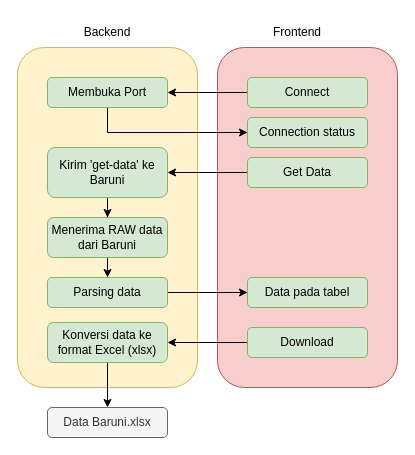
The draw.io diagram .flow/software.drawio in frostdev03/SerialTo, before the edit. Source tidied: cells renumbered, new cells numbered last; positions are measured from the earlier drawing's top-left corner, leaving out a move shared by most shapes. Both pictures are drawn from the tidied source at 100%, with x=0, y=0 at pixel (17, 17).
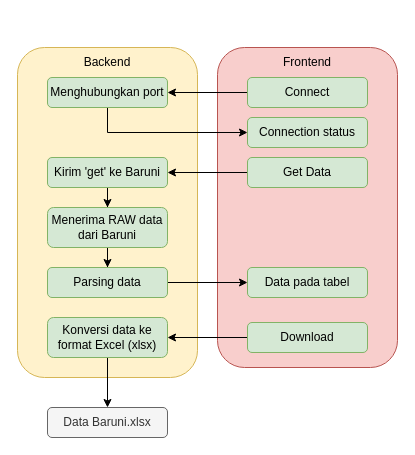
The same diagram, later.

The edit, as a diff of the source:
```diff
@@
     <mxCell id="2" style="rounded=1;whiteSpace=wrap;html=1;fillColor=#f8cecc;strokeColor=#b85450;" parent="1" vertex="1">
-      <mxGeometry x="200" y="30" width="180" height="340" as="geometry" />
+      <mxGeometry x="200" y="30" width="180" height="320" as="geometry" />
     </mxCell>
     <mxCell id="3" style="rounded=1;whiteSpace=wrap;html=1;fillColor=#fff2cc;strokeColor=#d6b656;" parent="1" vertex="1">
-      <mxGeometry y="30" width="180" height="340" as="geometry" />
+      <mxGeometry y="30" width="180" height="330" as="geometry" />
     </mxCell>
@@
-    <mxCell id="7" value="Membuka Port" style="rounded=1;whiteSpace=wrap;html=1;fillColor=#d5e8d4;strokeColor=#82b366;" parent="1" vertex="1">
+    <mxCell id="7" value="Menghubungkan port" style="rounded=1;whiteSpace=wrap;html=1;fillColor=#d5e8d4;strokeColor=#82b366;" parent="1" vertex="1">
       <mxGeometry x="30" y="60" width="120" height="30" as="geometry" />
     </mxCell>
@@
-    <mxCell id="11" value="&lt;div&gt;Kirim 'get-data' ke Baruni&lt;/div&gt;" style="rounded=1;whiteSpace=wrap;html=1;fillColor=#d5e8d4;strokeColor=#82b366;" parent="1" vertex="1">
-      <mxGeometry x="30" y="130" width="120" height="50" as="geometry" />
+    <mxCell id="11" value="&lt;div&gt;Kirim 'get' ke Baruni&lt;/div&gt;" style="rounded=1;whiteSpace=wrap;html=1;fillColor=#d5e8d4;strokeColor=#82b366;" parent="1" vertex="1">
+      <mxGeometry x="30" y="140" width="120" height="30" as="geometry" />
     </mxCell>
@@
     <mxCell id="14" value="Menerima RAW data dari Baruni" style="rounded=1;whiteSpace=wrap;html=1;fillColor=#d5e8d4;strokeColor=#82b366;" parent="1" vertex="1">
-      <mxGeometry x="30" y="200" width="120" height="40" as="geometry" />
+      <mxGeometry x="30" y="190" width="120" height="40" as="geometry" />
     </mxCell>
@@
     <mxCell id="16" value="Parsing data" style="rounded=1;whiteSpace=wrap;html=1;fillColor=#d5e8d4;strokeColor=#82b366;" parent="1" vertex="1">
-      <mxGeometry x="30" y="260" width="120" height="30" as="geometry" />
+      <mxGeometry x="30" y="250" width="120" height="30" as="geometry" />
     </mxCell>
     <mxCell id="17" value="Data pada tabel" style="rounded=1;whiteSpace=wrap;html=1;fillColor=#d5e8d4;strokeColor=#82b366;" parent="1" vertex="1">
-      <mxGeometry x="230" y="260" width="120" height="30" as="geometry" />
+      <mxGeometry x="230" y="250" width="120" height="30" as="geometry" />
     </mxCell>
@@
     <mxCell id="19" value="Download" style="rounded=1;whiteSpace=wrap;html=1;fillColor=#d5e8d4;strokeColor=#82b366;" parent="1" vertex="1">
-      <mxGeometry x="230" y="310" width="120" height="30" as="geometry" />
+      <mxGeometry x="230" y="305" width="120" height="30" as="geometry" />
     </mxCell>
@@
     <mxCell id="21" value="Konversi data ke format Excel (xlsx)" style="rounded=1;whiteSpace=wrap;html=1;fillColor=#d5e8d4;strokeColor=#82b366;" parent="1" vertex="1">
-      <mxGeometry x="30" y="305" width="120" height="40" as="geometry" />
+      <mxGeometry x="30" y="300" width="120" height="40" as="geometry" />
     </mxCell>
     <mxCell id="22" value="Backend" style="text;html=1;align=center;verticalAlign=middle;whiteSpace=wrap;rounded=0;" parent="1" vertex="1">
-      <mxGeometry x="60" width="60" height="30" as="geometry" />
+      <mxGeometry x="60" y="30" width="60" height="30" as="geometry" />
     </mxCell>
     <mxCell id="23" value="Frontend" style="text;html=1;align=center;verticalAlign=middle;whiteSpace=wrap;rounded=0;" parent="1" vertex="1">
-      <mxGeometry x="250" width="60" height="30" as="geometry" />
+      <mxGeometry x="260" y="30" width="60" height="30" as="geometry" />
     </mxCell>
```
